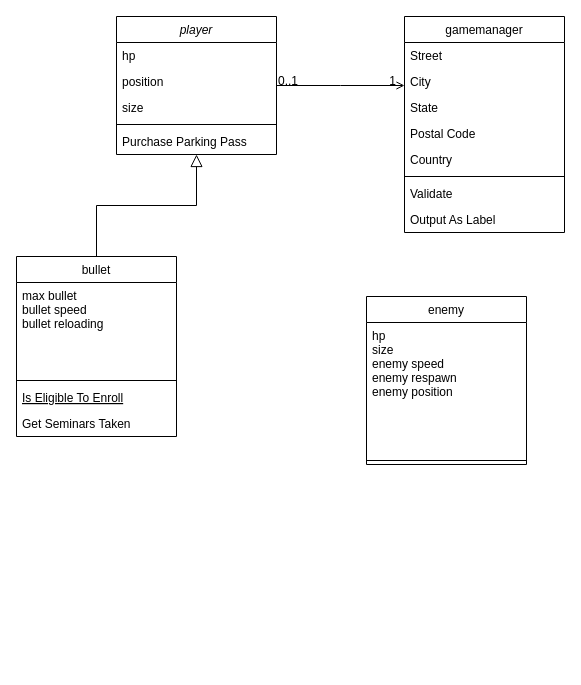
Earlier version of the draw.io diagram 201927044.drawio (MASIminseok/RWStudy). Source tidied: cells renumbered, new cells numbered last; positions are measured from the earlier drawing's top-left corner, leaving out a move shared by most shapes. Both pictures are drawn from the tidied source at 100%, with x=0, y=0 at pixel (16, 16).
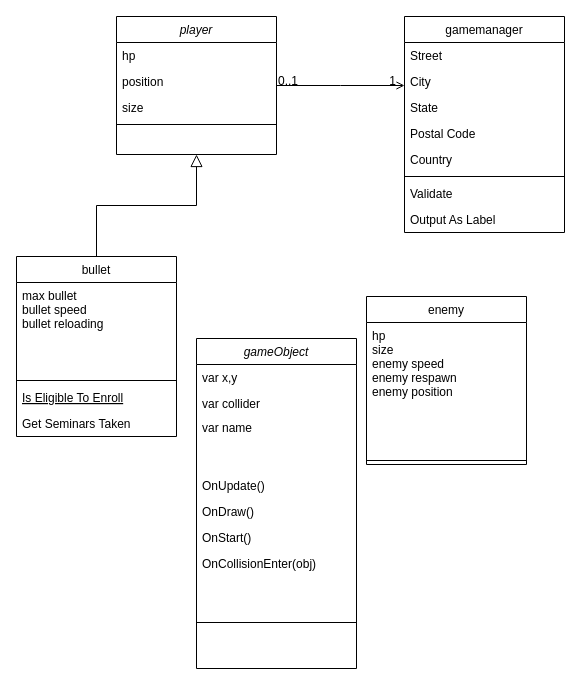
Above is the later version.

The change refers to these unchanged cells:
```xml
<mxCell id="2" value="player" style="swimlane;fontStyle=2;align=center;verticalAlign=top;horizontal=1;startSize=26;rounded=0;shadow=0;strokeWidth=1;" parent="1" vertex="1">
  <mxGeometry x="100" width="160" height="138" as="geometry" />
</mxCell>
```

Diff of the diagram source:
```diff
@@
-    <mxCell id="7" value="Purchase Parking Pass" style="text;align=left;verticalAlign=top;spacingLeft=4;spacingRight=4;overflow=hidden;" parent="2" vertex="1">
-      <mxGeometry y="112" width="160" height="26" as="geometry" />
-    </mxCell>
@@
+    <mxCell id="29" value="gameObject" style="swimlane;fontStyle=2;align=center;verticalAlign=top;horizontal=1;startSize=26;rounded=0;shadow=0;strokeWidth=1;" parent="1" vertex="1">
+      <mxGeometry x="180" y="322" width="160" height="330" as="geometry" />
+    </mxCell>
+    <mxCell id="30" value="var x,y" style="text;align=left;verticalAlign=top;spacingLeft=4;spacingRight=4;overflow=hidden;" parent="29" vertex="1">
+      <mxGeometry y="26" width="160" height="26" as="geometry" />
+    </mxCell>
+    <mxCell id="31" value="var collider" style="text;align=left;verticalAlign=top;spacingLeft=4;spacingRight=4;overflow=hidden;" parent="29" vertex="1">
+      <mxGeometry y="52" width="160" height="24" as="geometry" />
+    </mxCell>
+    <mxCell id="32" value="var name" style="text;align=left;verticalAlign=top;spacingLeft=4;spacingRight=4;overflow=hidden;rounded=0;shadow=0;html=0;" parent="29" vertex="1">
+      <mxGeometry y="76" width="160" height="58" as="geometry" />
+    </mxCell>
+    <mxCell id="33" value="OnUpdate()" style="text;align=left;verticalAlign=top;spacingLeft=4;spacingRight=4;overflow=hidden;rounded=0;shadow=0;html=0;" parent="29" vertex="1">
+      <mxGeometry y="134" width="160" height="26" as="geometry" />
+    </mxCell>
+    <mxCell id="34" value="OnDraw()" style="text;align=left;verticalAlign=top;spacingLeft=4;spacingRight=4;overflow=hidden;rounded=0;shadow=0;html=0;" parent="29" vertex="1">
+      <mxGeometry y="160" width="160" height="26" as="geometry" />
+    </mxCell>
+    <mxCell id="35" value="OnStart()" style="text;align=left;verticalAlign=top;spacingLeft=4;spacingRight=4;overflow=hidden;rounded=0;shadow=0;html=0;" parent="29" vertex="1">
+      <mxGeometry y="186" width="160" height="26" as="geometry" />
+    </mxCell>
+    <mxCell id="36" value="OnCollisionEnter(obj)" style="text;align=left;verticalAlign=top;spacingLeft=4;spacingRight=4;overflow=hidden;rounded=0;shadow=0;html=0;" parent="29" vertex="1">
+      <mxGeometry y="212" width="160" height="26" as="geometry" />
+    </mxCell>
+    <mxCell id="37" style="line;html=1;strokeWidth=1;align=left;verticalAlign=middle;spacingTop=-1;spacingLeft=3;spacingRight=3;labelPosition=right;" parent="29" vertex="1">
+      <mxGeometry y="238" width="160" height="92" as="geometry" />
+    </mxCell>
```
